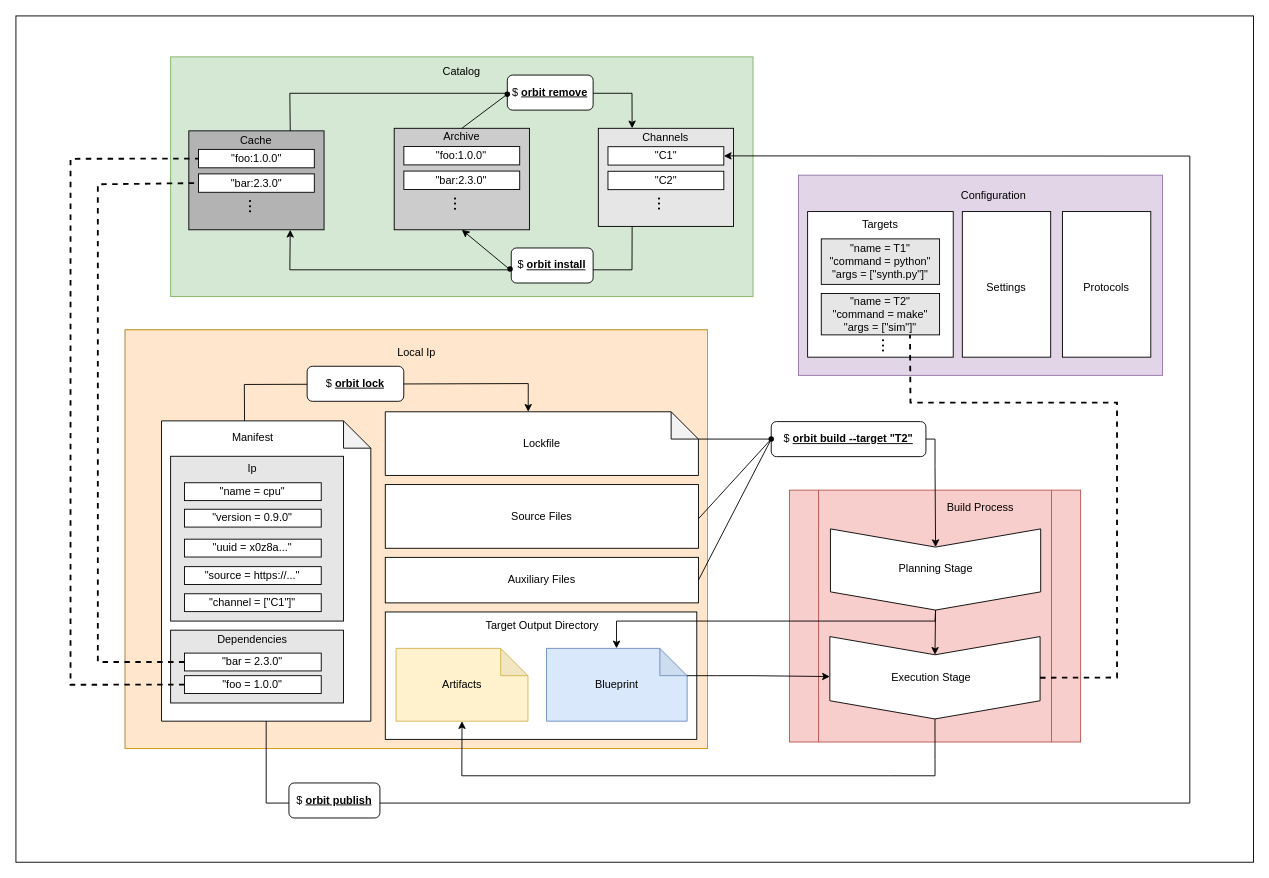
Earlier version of the draw.io diagram docs/src/diagrams/architecture.drawio (chaseruskin/orbit). Source tidied: cells renumbered, new cells numbered last; positions are measured from the earlier drawing's top-left corner, leaving out a move shared by most shapes. Both pictures are drawn from the tidied source at 91%, with x=0, y=0 at pixel (15, 15).
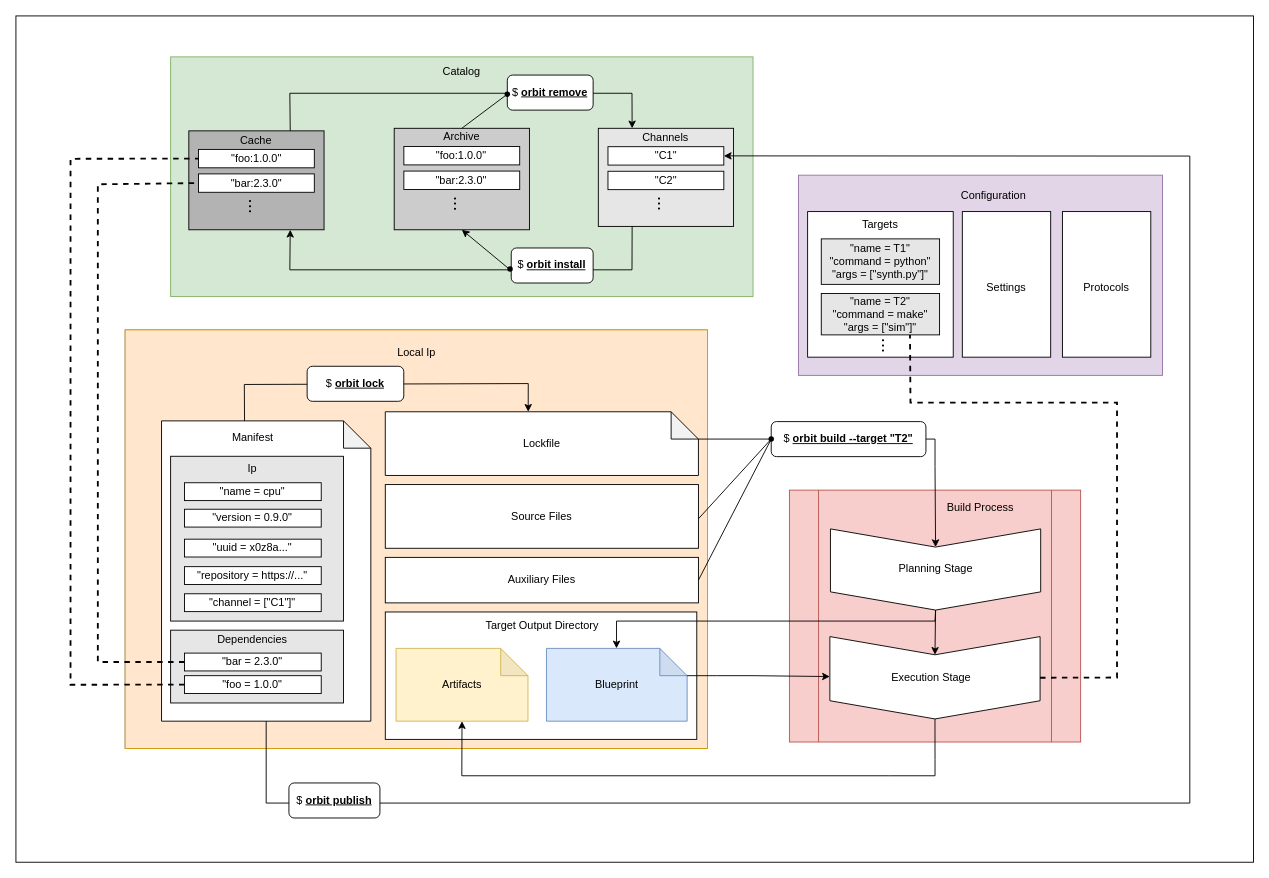
The same page after the edit.

The change refers to these unchanged cells:
```xml
<mxCell id="13" style="group;" parent="4" vertex="1">
  <mxGeometry x="40" y="100" width="230" height="340" as="geometry" />
</mxCell>
```

The edit, as a diff of the source:
```diff
@@
-    <mxCell id="24" value="&quot;source = https://...&quot;" style="rounded=0;whiteSpace=wrap;html=1;" parent="13" vertex="1">
+    <mxCell id="24" value="&quot;repository = https://...&quot;" style="rounded=0;whiteSpace=wrap;html=1;" parent="13" vertex="1">
       <mxGeometry x="25.2" y="160.2" width="150.3" height="19.6" as="geometry" />
     </mxCell>
```
